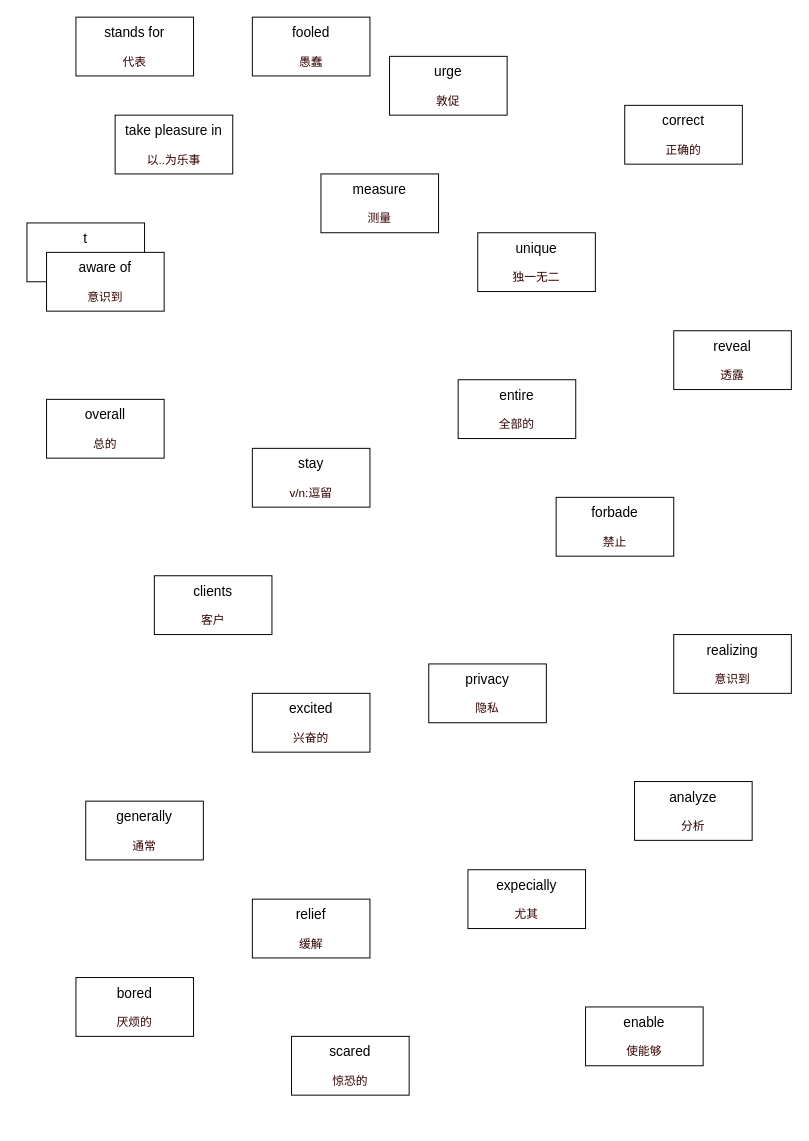
The draw.io diagram ocean.drawio in banBlue/drawio, before the edit. Source tidied: cells renumbered, new cells numbered last; positions are measured from the earlier drawing's top-left corner, leaving out a move shared by most shapes. Both pictures are drawn from the tidied source at 98%, with x=0, y=0 at pixel (26, 17).
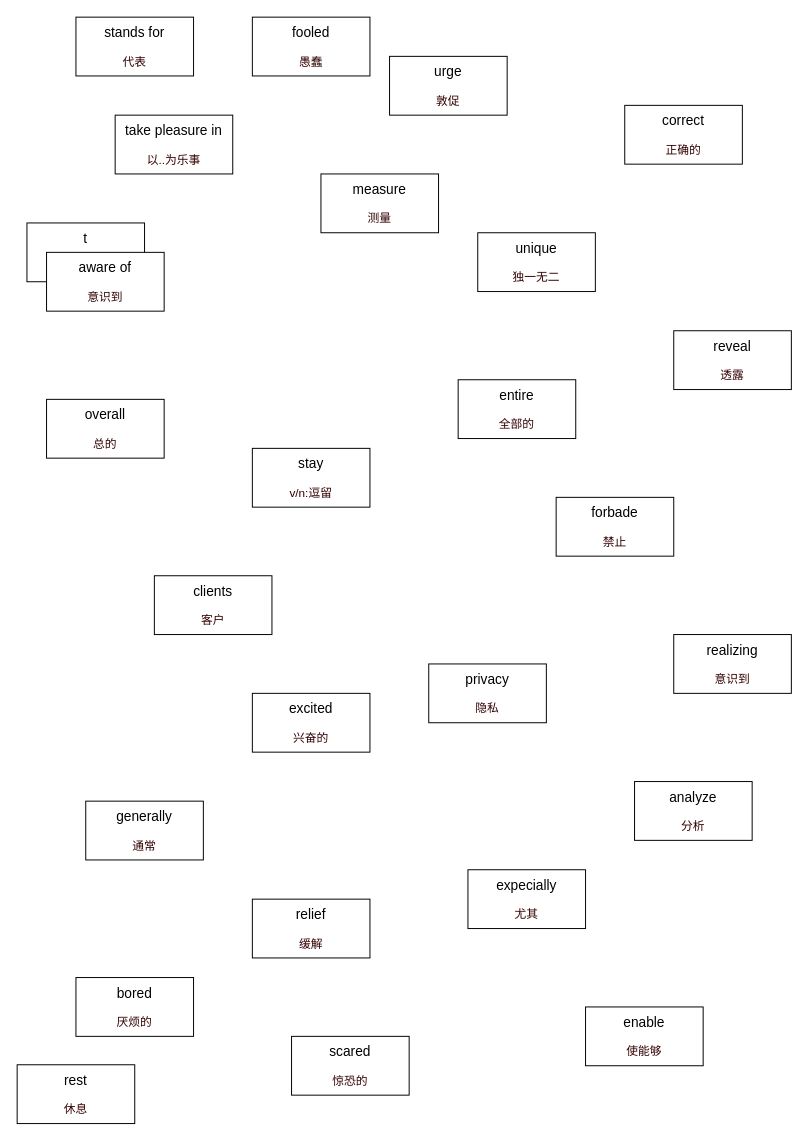
Above is the later version.

Diff of the diagram source:
```diff
@@
+    <mxCell id="27" value="&lt;font style=&quot;font-size: 14px&quot;&gt;rest&lt;br&gt;&lt;/font&gt;&lt;br&gt;&lt;font color=&quot;#330000&quot;&gt;休息&lt;/font&gt;" style="rounded=0;whiteSpace=wrap;html=1;" parent="1" vertex="1">
+      <mxGeometry x="-10" y="1069" width="120" height="60" as="geometry" />
+    </mxCell>
```
